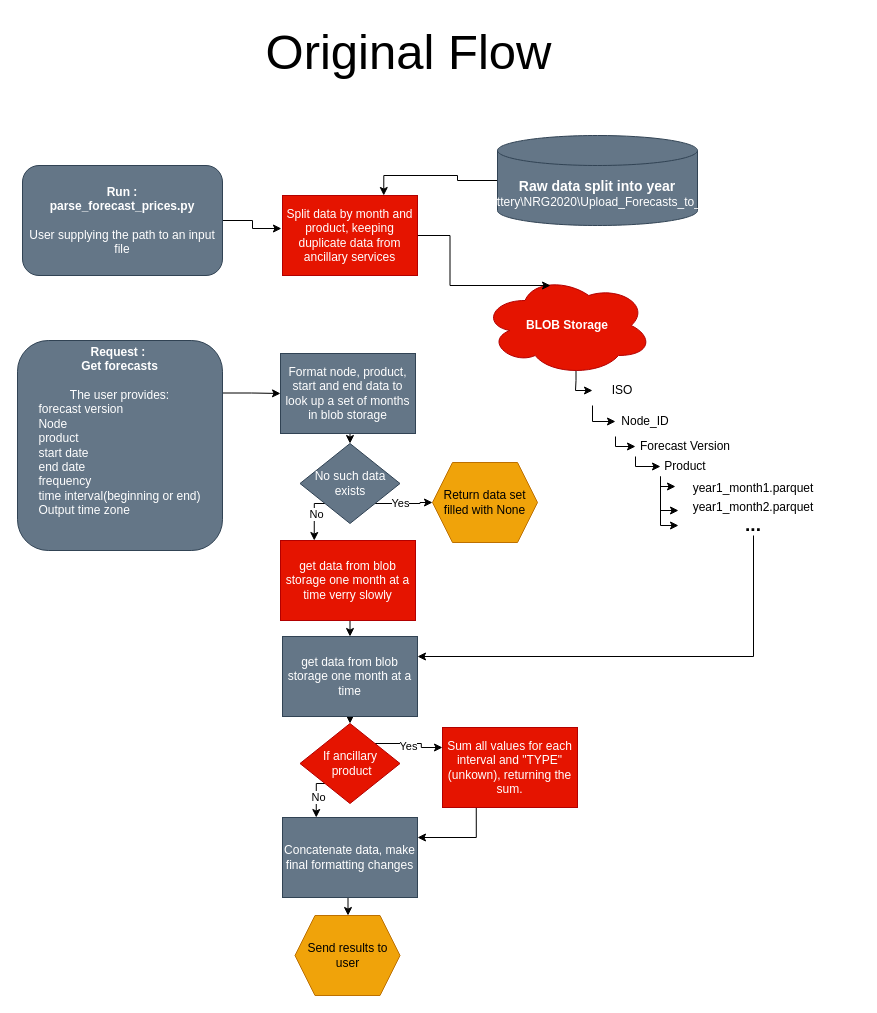
The draw.io diagram page "Page-1" (1 of 2) of design_prop_1.drawio in rmFlynn/Wrighton_diagrams, before the edit. Source tidied: cells renumbered, new cells numbered last; positions are measured from the earlier drawing's top-left corner, leaving out a move shared by most shapes. Both pictures are drawn from the tidied source at 100%, with x=0, y=0 at pixel (17, 17).
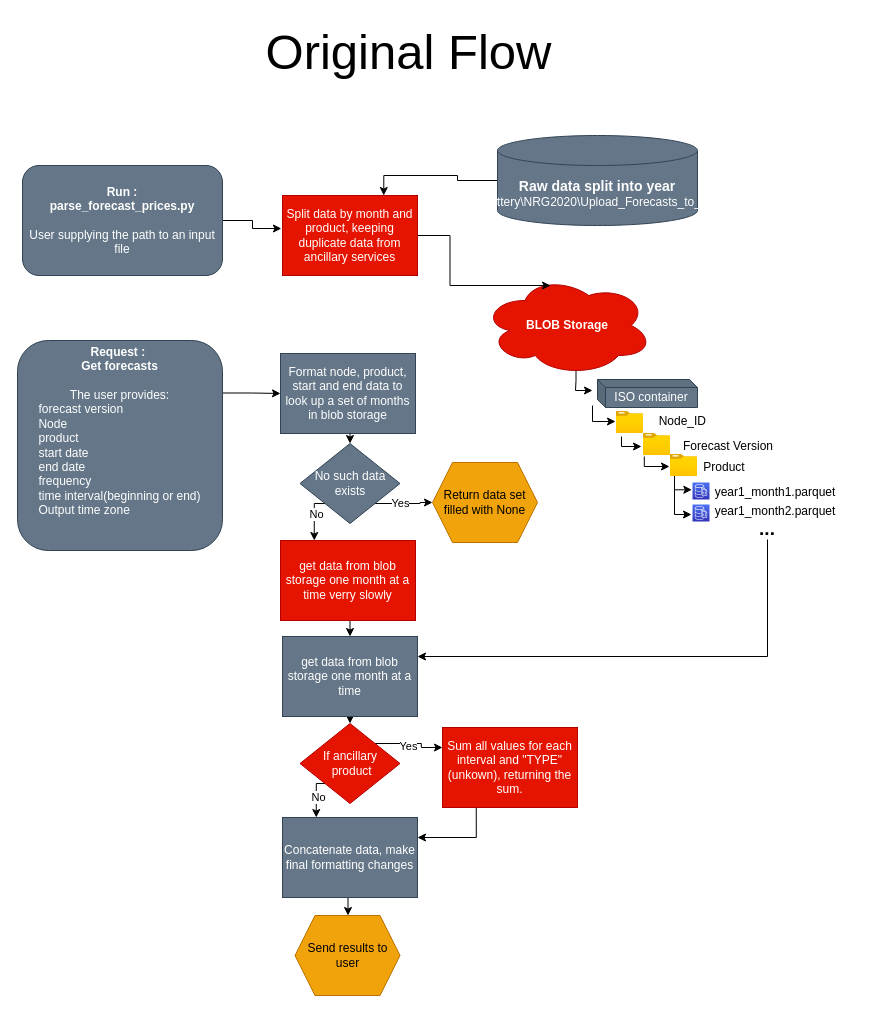
Above is the later version.

Unchanged cells that the change refers to:
```xml
<mxCell id="5" value="&lt;b&gt;BLOB Storage&lt;/b&gt;" style="ellipse;shape=cloud;whiteSpace=wrap;html=1;fillColor=#e51400;fontColor=#ffffff;strokeColor=#B20000;" parent="1" vertex="1">
  <mxGeometry x="465" y="258" width="170" height="100" as="geometry" />
</mxCell>
```

The edit, as a diff of the source:
```diff
@@
-    <mxCell id="4" style="edgeStyle=orthogonalEdgeStyle;rounded=0;jettySize=auto;html=1;exitX=0.55;exitY=0.95;exitDx=0;exitDy=0;exitPerimeter=0;entryX=0;entryY=0.5;entryDx=0;entryDy=0;strokeColor=#000000;" parent="1" edge="1" source="5" target="44">
+    <mxCell id="4" style="edgeStyle=orthogonalEdgeStyle;rounded=0;jettySize=auto;html=1;exitX=0.55;exitY=0.95;exitDx=0;exitDy=0;exitPerimeter=0;entryX=0;entryY=0.5;entryDx=0;entryDy=0;strokeColor=#000000;" parent="1" edge="1" source="5">
       <mxGeometry relative="1" as="geometry">
+        <mxPoint x="575" y="373" as="targetPoint" />
         <Array as="points">
           <mxPoint x="558" y="363" />
           <mxPoint x="558" y="363" />
           <mxPoint x="558" y="373" />
         </Array>
       </mxGeometry>
     </mxCell>
@@
-    <mxCell id="6" style="edgeStyle=orthogonalEdgeStyle;rounded=0;jettySize=auto;html=1;exitX=0;exitY=1;exitDx=0;exitDy=0;entryX=0;entryY=0.5;entryDx=0;entryDy=0;strokeColor=#000000;" parent="1" edge="1" source="7" target="9">
+    <mxCell id="6" style="edgeStyle=orthogonalEdgeStyle;rounded=0;orthogonalLoop=1;jettySize=auto;html=1;exitX=0;exitY=1;exitDx=0;exitDy=0;entryX=0;entryY=0.5;entryDx=0;entryDy=0;strokeColor=#000000;" parent="1" edge="1">
       <mxGeometry relative="1" as="geometry">
+        <mxPoint x="604" y="419" as="sourcePoint" />
+        <mxPoint x="624" y="429" as="targetPoint" />
         <Array as="points">
-          <mxPoint x="598" y="429" />
+          <mxPoint x="604" y="429" />
         </Array>
       </mxGeometry>
     </mxCell>
-    <mxCell id="7" value="Node_ID" style="text;html=1;strokeColor=none;fillColor=none;align=center;verticalAlign=middle;whiteSpace=wrap;rounded=0;" parent="1" vertex="1">
-      <mxGeometry x="598" y="389" width="60" height="30" as="geometry" />
+    <mxCell id="7" value="&amp;nbsp;&amp;nbsp;&amp;nbsp;&amp;nbsp; Node_ID" style="text;html=1;strokeColor=none;fillColor=none;align=center;verticalAlign=middle;whiteSpace=wrap;rounded=0;" parent="1" vertex="1">
+      <mxGeometry x="598" y="389" width="118" height="30" as="geometry" />
     </mxCell>
-    <mxCell id="8" style="edgeStyle=orthogonalEdgeStyle;rounded=0;jettySize=auto;html=1;exitX=0;exitY=1;exitDx=0;exitDy=0;entryX=0;entryY=0.5;entryDx=0;entryDy=0;strokeColor=#000000;" parent="1" edge="1" source="9" target="11">
+    <mxCell id="8" style="edgeStyle=orthogonalEdgeStyle;rounded=0;orthogonalLoop=1;jettySize=auto;html=1;entryX=0;entryY=0.5;entryDx=0;entryDy=0;strokeColor=#000000;" parent="1" edge="1">
       <mxGeometry relative="1" as="geometry">
+        <mxPoint x="626.8" y="439" as="sourcePoint" />
+        <mxPoint x="652" y="449" as="targetPoint" />
         <Array as="points">
-          <mxPoint x="618" y="449" />
+          <mxPoint x="627" y="449" />
         </Array>
       </mxGeometry>
     </mxCell>
     <mxCell id="9" value="Forecast Version" style="text;html=1;strokeColor=none;fillColor=none;align=center;verticalAlign=middle;whiteSpace=wrap;rounded=0;" parent="1" vertex="1">
-      <mxGeometry x="618" y="419" width="100" height="20" as="geometry" />
+      <mxGeometry x="661" y="419" width="100" height="20" as="geometry" />
     </mxCell>
-    <mxCell id="10" style="edgeStyle=orthogonalEdgeStyle;rounded=0;jettySize=auto;html=1;exitX=0;exitY=1;exitDx=0;exitDy=0;strokeColor=#000000;" parent="1" edge="1" source="11">
+    <mxCell id="10" style="edgeStyle=orthogonalEdgeStyle;rounded=0;orthogonalLoop=1;jettySize=auto;html=1;strokeColor=#000000;" parent="1" edge="1">
       <mxGeometry relative="1" as="geometry">
-        <mxPoint x="658" y="469" as="targetPoint" />
+        <mxPoint x="657" y="464" as="sourcePoint" />
+        <mxPoint x="657" y="449.6" as="targetPoint" />
         <Array as="points">
-          <mxPoint x="643" y="469" />
+          <mxPoint x="657" y="473" />
         </Array>
       </mxGeometry>
     </mxCell>
     <mxCell id="11" value="Product" style="text;html=1;strokeColor=none;fillColor=none;align=center;verticalAlign=middle;whiteSpace=wrap;rounded=0;" parent="1" vertex="1">
-      <mxGeometry x="643" y="439" width="50" height="20" as="geometry" />
+      <mxGeometry x="682" y="440" width="50" height="20" as="geometry" />
     </mxCell>
     <mxCell id="12" value="year1_month2.parquet" style="text;html=1;strokeColor=none;fillColor=none;align=center;verticalAlign=middle;whiteSpace=wrap;rounded=0;" parent="1" vertex="1">
-      <mxGeometry x="661" y="480" width="150" height="20" as="geometry" />
+      <mxGeometry x="674" y="484" width="168" height="20" as="geometry" />
     </mxCell>
@@
     <mxCell id="24" value="year1_month1.parquet" style="text;html=1;strokeColor=none;fillColor=none;align=center;verticalAlign=middle;whiteSpace=wrap;rounded=0;" parent="1" vertex="1">
-      <mxGeometry x="661" y="461" width="150" height="20" as="geometry" />
+      <mxGeometry x="674" y="465" width="168" height="20" as="geometry" />
     </mxCell>
@@
     <mxCell id="26" value="&lt;p style=&quot;line-height: 140%; font-size: 13px;&quot;&gt;&lt;font size=&quot;1&quot;&gt;&lt;b style=&quot;font-size: 19px;&quot;&gt;...&lt;/b&gt;&lt;/font&gt;&lt;/p&gt;" style="text;html=1;strokeColor=none;fillColor=none;align=center;verticalAlign=middle;whiteSpace=wrap;rounded=0;" parent="1" vertex="1">
-      <mxGeometry x="661" y="500" width="150" height="18" as="geometry" />
+      <mxGeometry x="675" y="504" width="150" height="18" as="geometry" />
     </mxCell>
     <mxCell id="27" style="edgeStyle=orthogonalEdgeStyle;rounded=0;jettySize=auto;html=1;exitX=0;exitY=1;exitDx=0;exitDy=0;strokeColor=#000000;" parent="1" edge="1" target="12">
       <mxGeometry relative="1" as="geometry">
-        <mxPoint x="643" y="459" as="sourcePoint" />
+        <mxPoint x="657" y="463" as="sourcePoint" />
         <Array as="points">
-          <mxPoint x="643" y="493" />
+          <mxPoint x="657" y="497" />
         </Array>
       </mxGeometry>
     </mxCell>
@@
-    <mxCell id="43" style="edgeStyle=orthogonalEdgeStyle;rounded=0;jettySize=auto;html=1;exitX=0;exitY=1;exitDx=0;exitDy=0;entryX=0;entryY=0.5;entryDx=0;entryDy=0;" parent="1" edge="1" source="44" target="7">
+    <mxCell id="43" style="edgeStyle=orthogonalEdgeStyle;rounded=0;jettySize=auto;html=1;exitX=0;exitY=1;exitDx=0;exitDy=0;entryX=0;entryY=0.5;entryDx=0;entryDy=0;" parent="1" edge="1" target="7">
       <mxGeometry relative="1" as="geometry">
+        <mxPoint x="575" y="388" as="sourcePoint" />
         <Array as="points">
           <mxPoint x="575" y="404" />
         </Array>
       </mxGeometry>
     </mxCell>
-    <mxCell id="44" value="ISO" style="text;html=1;strokeColor=none;fillColor=none;align=center;verticalAlign=middle;whiteSpace=wrap;rounded=0;" parent="1" vertex="1">
-      <mxGeometry x="575" y="358" width="60" height="30" as="geometry" />
-    </mxCell>
-    <mxCell id="45" style="edgeStyle=orthogonalEdgeStyle;rounded=0;orthogonalLoop=1;jettySize=auto;html=1;exitX=0;exitY=1;exitDx=0;exitDy=0;strokeColor=#000000;" parent="1" edge="1">
+    <mxCell id="45" style="edgeStyle=orthogonalEdgeStyle;rounded=0;jettySize=auto;html=1;exitX=0;exitY=1;exitDx=0;exitDy=0;strokeColor=#000000;entryX=0.002;entryY=0.363;entryDx=0;entryDy=0;entryPerimeter=0;" parent="1" edge="1" target="24">
       <mxGeometry relative="1" as="geometry">
-        <mxPoint x="643" y="474" as="sourcePoint" />
-        <mxPoint x="661" y="508" as="targetPoint" />
+        <mxPoint x="657" y="478" as="sourcePoint" />
         <Array as="points">
-          <mxPoint x="643" y="508" />
+          <mxPoint x="657" y="472" />
+          <mxPoint x="674" y="472" />
         </Array>
       </mxGeometry>
     </mxCell>
@@
+    <mxCell id="49" value="ISO container" style="shape=cube;whiteSpace=wrap;html=1;boundedLbl=1;backgroundOutline=1;darkOpacity=0.05;darkOpacity2=0.1;fillColor=#647687;fontColor=#ffffff;strokeColor=#314354;size=8;" parent="1" vertex="1">
+      <mxGeometry x="580" y="362" width="100" height="28" as="geometry" />
+    </mxCell>
+    <mxCell id="50" style="image;html=1;align=center;fontSize=12;image=img/lib/azure2/general/Folder_Blank.svg;" parent="1" vertex="1">
+      <mxGeometry x="598.9" y="394" width="27.1" height="22" as="geometry" />
+    </mxCell>
+    <mxCell id="51" style="image;html=1;align=center;fontSize=12;image=img/lib/azure2/general/Folder_Blank.svg;" parent="1" vertex="1">
+      <mxGeometry x="626" y="416" width="27.1" height="22" as="geometry" />
+    </mxCell>
+    <mxCell id="52" style="image;html=1;align=center;fontSize=12;image=img/lib/azure2/general/Folder_Blank.svg;" parent="1" vertex="1">
+      <mxGeometry x="652.9" y="437" width="27.1" height="22" as="geometry" />
+    </mxCell>
+    <mxCell id="53" style="sketch=0;fontColor=#232F3E;gradientColor=#4D72F3;gradientDirection=north;fillColor=#3334B9;strokeColor=#ffffff;dashed=0;verticalLabelPosition=bottom;verticalAlign=top;align=center;html=1;fontSize=12;fontStyle=0;shape=mxgraph.aws4.resourceIcon;resIcon=mxgraph.aws4.documentdb_with_mongodb_compatibility;" parent="1" vertex="1">
+      <mxGeometry x="675" y="487" width="17" height="17" as="geometry" />
+    </mxCell>
+    <mxCell id="54" style="sketch=0;fontColor=#232F3E;gradientColor=#4D72F3;gradientDirection=north;fillColor=#3334B9;strokeColor=#ffffff;dashed=0;verticalLabelPosition=bottom;verticalAlign=top;align=center;html=1;fontSize=12;fontStyle=0;shape=mxgraph.aws4.resourceIcon;resIcon=mxgraph.aws4.documentdb_with_mongodb_compatibility;" parent="1" vertex="1">
+      <mxGeometry x="675" y="465" width="17" height="17" as="geometry" />
+    </mxCell>
```
